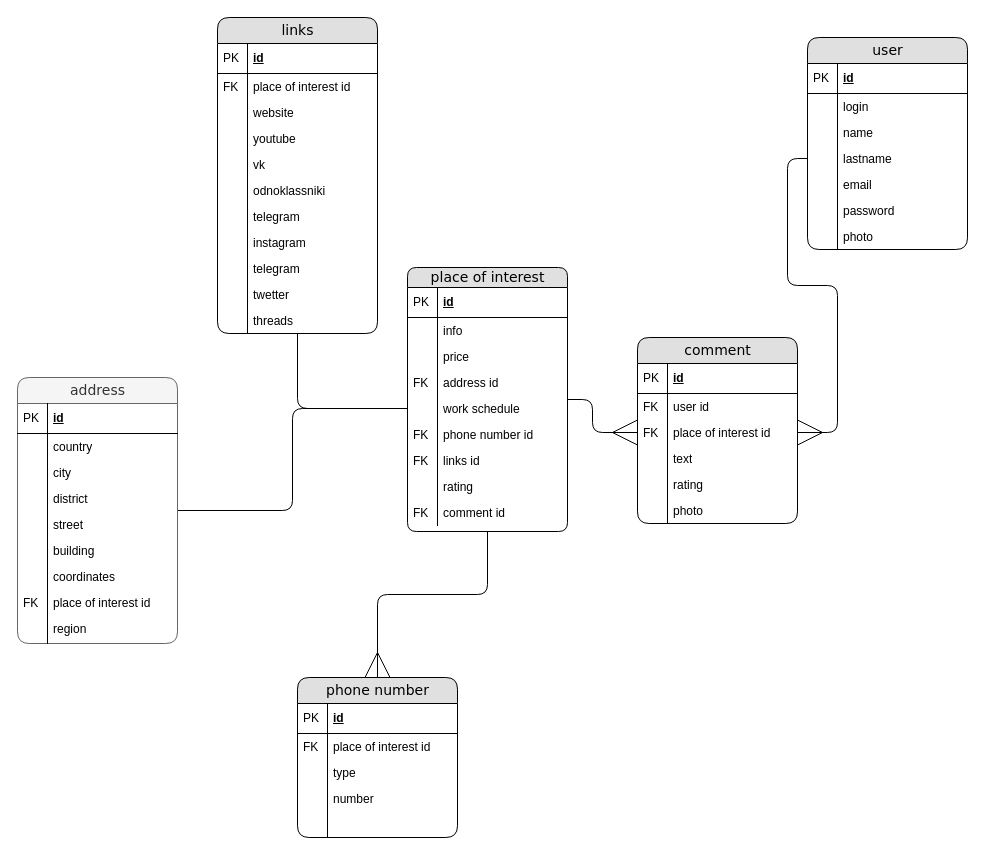
Above: diagram/ERD.drawio in RinaBoni/travel_helper (draw.io), before the change. Source tidied: cells renumbered, new cells numbered last; positions are measured from the earlier drawing's top-left corner, leaving out a move shared by most shapes. Both pictures are drawn from the tidied source at 100%, with x=0, y=0 at pixel (17, 17).
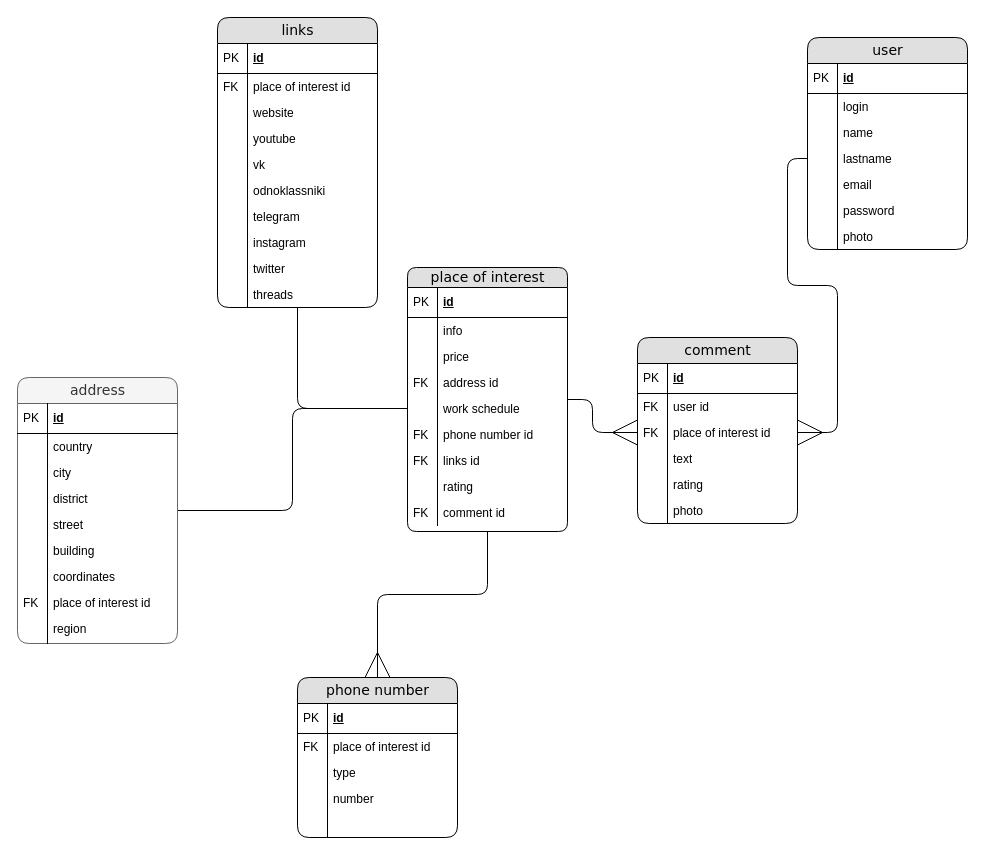
The same diagram, later.

Change to the diagram source:
```diff
@@
     <mxCell id="51" value="links" style="swimlane;html=1;fontStyle=0;horizontal=1;startSize=26;fillColor=#e0e0e0;swimlaneFillColor=#ffffff;align=center;rounded=1;shadow=0;comic=0;labelBackgroundColor=none;strokeWidth=1;fontFamily=Verdana;fontSize=14;" parent="1" vertex="1">
-      <mxGeometry x="200" width="160" height="316" as="geometry" />
+      <mxGeometry x="200" width="160" height="290" as="geometry" />
     </mxCell>
@@
-    <mxCell id="68" value="telegram" style="shape=partialRectangle;top=0;left=0;right=0;bottom=0;html=1;align=left;verticalAlign=top;fillColor=none;spacingLeft=34;spacingRight=4;whiteSpace=wrap;overflow=hidden;" parent="51" vertex="1">
-      <mxGeometry y="238" width="160" height="26" as="geometry" />
-    </mxCell>
-    <mxCell id="69" style="shape=partialRectangle;top=0;left=0;bottom=0;html=1;fillColor=none;align=left;verticalAlign=top;spacingLeft=4;spacingRight=4;whiteSpace=wrap;overflow=hidden;" parent="68" vertex="1">
-      <mxGeometry width="30" height="26" as="geometry" />
-    </mxCell>
-    <mxCell id="70" value="twetter" style="shape=partialRectangle;top=0;left=0;right=0;bottom=0;html=1;align=left;verticalAlign=top;fillColor=none;spacingLeft=34;spacingRight=4;whiteSpace=wrap;overflow=hidden;" parent="51" vertex="1">
-      <mxGeometry y="264" width="160" height="26" as="geometry" />
+    <mxCell id="70" value="twitter" style="shape=partialRectangle;top=0;left=0;right=0;bottom=0;html=1;align=left;verticalAlign=top;fillColor=none;spacingLeft=34;spacingRight=4;whiteSpace=wrap;overflow=hidden;" parent="51" vertex="1">
+      <mxGeometry y="238" width="160" height="26" as="geometry" />
     </mxCell>
@@
     <mxCell id="72" value="threads" style="shape=partialRectangle;top=0;left=0;right=0;bottom=0;html=1;align=left;verticalAlign=top;fillColor=none;spacingLeft=34;spacingRight=4;whiteSpace=wrap;overflow=hidden;" parent="51" vertex="1">
-      <mxGeometry y="290" width="160" height="26" as="geometry" />
+      <mxGeometry y="264" width="160" height="26" as="geometry" />
     </mxCell>
```
